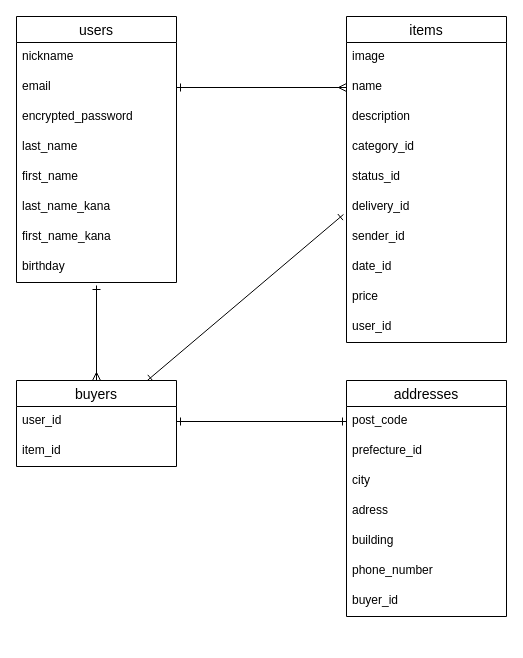
masafumiikeda/furima-38389 keeps this draw.io diagram as furima-38389.dio. Above is the earlier version. Source tidied: cells renumbered, new cells numbered last; positions are measured from the earlier drawing's top-left corner, leaving out a move shared by most shapes. Both pictures are drawn from the tidied source at 100%, with x=0, y=0 at pixel (16, 16).
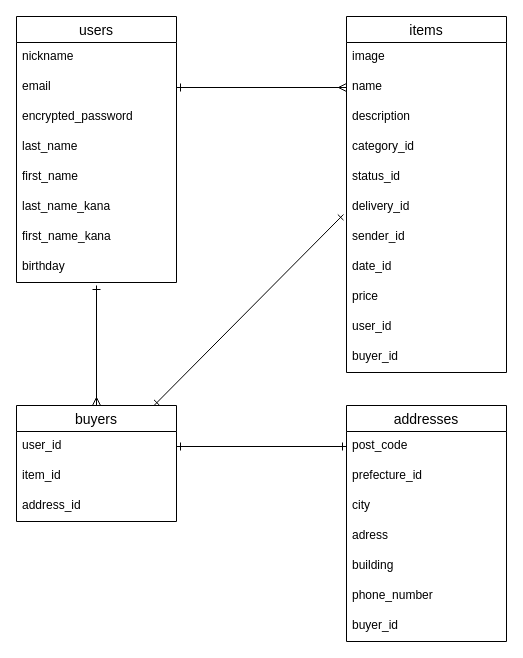
The same diagram, later.

Change to the diagram source:
```diff
@@
     <mxCell id="11" value="items" style="swimlane;fontStyle=0;horizontal=1;startSize=26;align=center;fontSize=14;" parent="1" vertex="1">
-      <mxGeometry x="330" width="160" height="326" as="geometry" />
+      <mxGeometry x="330" width="160" height="356" as="geometry" />
     </mxCell>
@@
+    <mxCell id="37" value="buyer_id" style="text;strokeColor=none;fillColor=none;spacingLeft=4;spacingRight=4;overflow=hidden;fontSize=12;" parent="11" vertex="1">
+      <mxGeometry y="326" width="160" height="30" as="geometry" />
+    </mxCell>
@@
     <mxCell id="25" value="buyers" style="swimlane;fontStyle=0;horizontal=1;startSize=26;align=center;fontSize=14;" parent="1" vertex="1">
-      <mxGeometry y="364" width="160" height="86" as="geometry" />
+      <mxGeometry y="389" width="160" height="116" as="geometry" />
     </mxCell>
@@
+    <mxCell id="38" value="address_id" style="text;strokeColor=none;fillColor=none;spacingLeft=4;spacingRight=4;overflow=hidden;fontSize=12;" parent="25" vertex="1">
+      <mxGeometry y="86" width="160" height="30" as="geometry" />
+    </mxCell>
     <mxCell id="28" value="addresses" style="swimlane;fontStyle=0;horizontal=1;startSize=26;align=center;fontSize=14;" parent="1" vertex="1">
-      <mxGeometry x="330" y="364" width="160" height="236" as="geometry" />
+      <mxGeometry x="330" y="389" width="160" height="236" as="geometry" />
     </mxCell>
```
